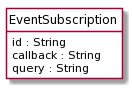
tmforum-apis/Open_Api_And_Data_Model keeps this PlantUML diagram as apis/TMF652_Resource_Order/documentation/diagrams/Resource_EventSubscription.png. Above is the earlier version.
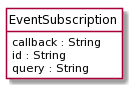
After the commit.

Change to the diagram source:
```diff
@@ -10,9 +10,9 @@
    BackgroundColor #FCF2E3
 }
 
-class EventSubscription <<Pivot>> {
+class EventSubscription  <<Pivot>> {
+    callback : String
     id : String
-    callback : String
     query : String
 }
 
```
